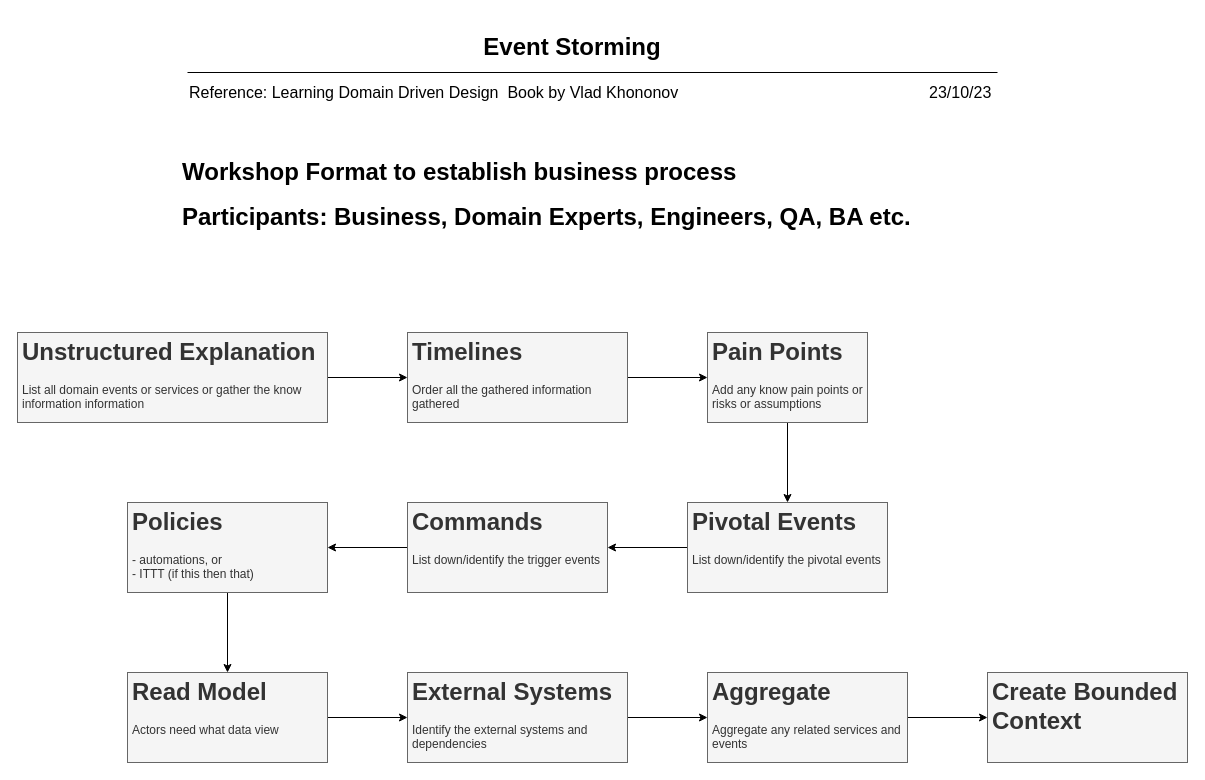
This is page "3. Event Storming" (4 of 5) of SolutionArchitectureProcess.drawio from Gaur4vGaur/probable-octo, a draw.io file, before an edit. Source tidied: cells renumbered, new cells numbered last; positions are measured from the earlier drawing's top-left corner, leaving out a move shared by most shapes. Both pictures are drawn from the tidied source at 100%, with x=0, y=0 at pixel (17, 32).
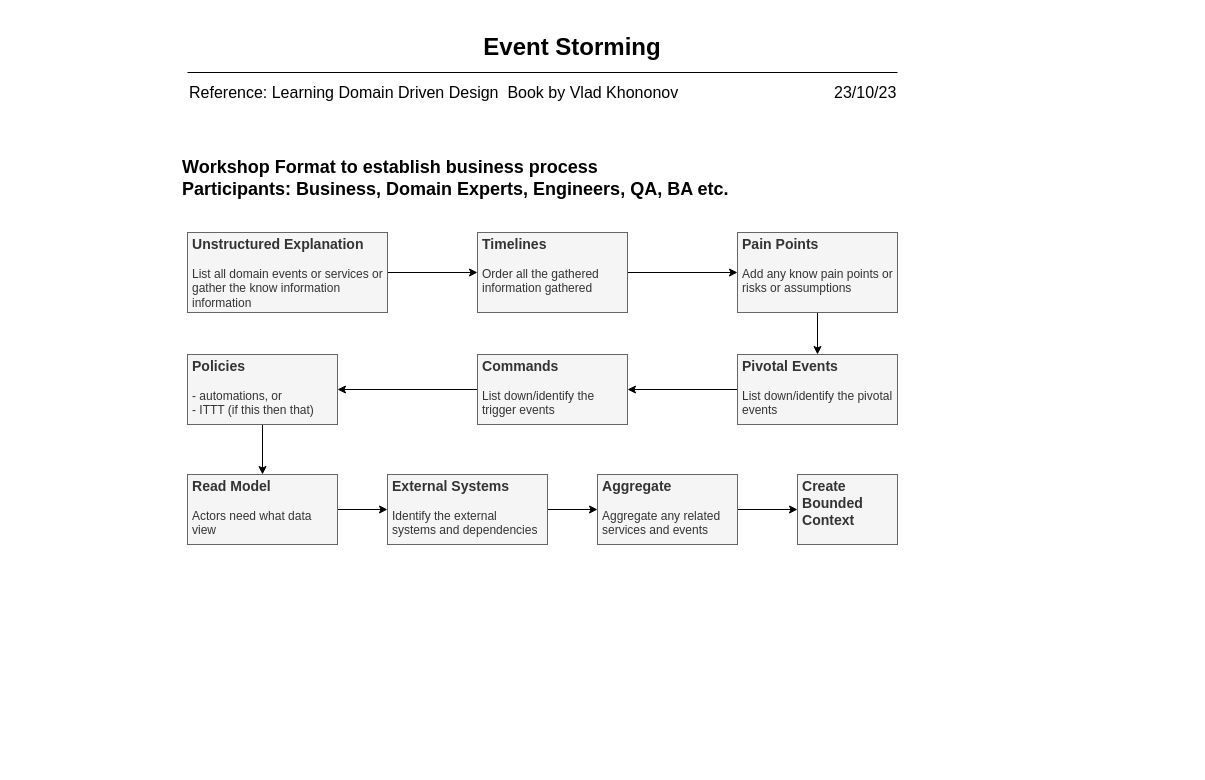
Above is the later version.

What changed in the source:
```diff
@@
     <mxCell id="3" value="&lt;span style=&quot;border-color: var(--border-color);&quot;&gt;&lt;font style=&quot;border-color: var(--border-color); font-size: 16px;&quot;&gt;23/10/23&lt;/font&gt;&lt;/span&gt;" style="text;html=1;strokeColor=none;fillColor=none;align=left;verticalAlign=middle;whiteSpace=wrap;rounded=0;" parent="1" vertex="1">
-      <mxGeometry x="910" y="50" width="70" height="20" as="geometry" />
+      <mxGeometry x="815" y="50" width="70" height="20" as="geometry" />
     </mxCell>
     <mxCell id="4" style="endArrow=none;html=1;rounded=0;" parent="1" edge="1">
       <mxGeometry relative="1" as="geometry">
         <mxPoint x="170" y="40" as="sourcePoint" />
-        <mxPoint x="980" y="40" as="targetPoint" />
+        <mxPoint x="880" y="40" as="targetPoint" />
       </mxGeometry>
     </mxCell>
-    <mxCell id="5" value="&lt;p style=&quot;border-color: var(--border-color); text-align: left;&quot;&gt;&lt;span style=&quot;font-size: 24px;&quot;&gt;&lt;b&gt;Event Storming&lt;/b&gt;&lt;/span&gt;&lt;/p&gt;" style="text;html=1;strokeColor=none;fillColor=none;align=center;verticalAlign=middle;whiteSpace=wrap;rounded=0;" parent="1" vertex="1">
+    <mxCell id="5" value="&lt;h1 style=&quot;border-color: var(--border-color); text-align: left;&quot;&gt;&lt;span style=&quot;font-size: 24px;&quot;&gt;&lt;b&gt;Event Storming&lt;/b&gt;&lt;/span&gt;&lt;/h1&gt;" style="text;html=1;strokeColor=none;fillColor=none;align=center;verticalAlign=middle;whiteSpace=wrap;rounded=0;" parent="1" vertex="1">
       <mxGeometry x="150" width="810" height="30" as="geometry" />
     </mxCell>
@@
-    <mxCell id="7" value="&lt;h1&gt;Unstructured Explanation&lt;/h1&gt;&lt;p&gt;List all domain events or services or gather the know information information&amp;nbsp;&lt;/p&gt;" style="text;html=1;strokeColor=#666666;fillColor=#f5f5f5;spacing=5;spacingTop=-20;whiteSpace=wrap;overflow=hidden;rounded=0;fontColor=#333333;" parent="1" vertex="1">
-      <mxGeometry y="300" width="310" height="90" as="geometry" />
+    <mxCell id="7" value="&lt;h3&gt;Unstructured Explanation&lt;/h3&gt;&lt;p&gt;List all domain events or services or gather the know information information&amp;nbsp;&lt;/p&gt;" style="text;html=1;strokeColor=#666666;fillColor=#f5f5f5;spacing=5;spacingTop=-20;whiteSpace=wrap;overflow=hidden;rounded=0;fontColor=#333333;" parent="1" vertex="1">
+      <mxGeometry x="170" y="200" width="200" height="80" as="geometry" />
     </mxCell>
@@
-    <mxCell id="9" value="&lt;h1&gt;Timelines&lt;/h1&gt;&lt;p&gt;Order all the gathered information gathered&lt;/p&gt;" style="text;html=1;strokeColor=#666666;fillColor=#f5f5f5;spacing=5;spacingTop=-20;whiteSpace=wrap;overflow=hidden;rounded=0;fontColor=#333333;" parent="1" vertex="1">
-      <mxGeometry x="390" y="300" width="220" height="90" as="geometry" />
+    <mxCell id="9" value="&lt;h3&gt;Timelines&lt;/h3&gt;&lt;p&gt;Order all the gathered information gathered&lt;/p&gt;" style="text;html=1;strokeColor=#666666;fillColor=#f5f5f5;spacing=5;spacingTop=-20;whiteSpace=wrap;overflow=hidden;rounded=0;fontColor=#333333;" parent="1" vertex="1">
+      <mxGeometry x="460" y="200" width="150" height="80" as="geometry" />
     </mxCell>
@@
-    <mxCell id="11" value="&lt;h1&gt;Pain Points&lt;/h1&gt;&lt;p&gt;Add any know pain points or risks or assumptions&lt;/p&gt;" style="text;html=1;strokeColor=#666666;fillColor=#f5f5f5;spacing=5;spacingTop=-20;whiteSpace=wrap;overflow=hidden;rounded=0;fontColor=#333333;" parent="1" vertex="1">
-      <mxGeometry x="690" y="300" width="160" height="90" as="geometry" />
+    <mxCell id="11" value="&lt;h3&gt;Pain Points&lt;/h3&gt;&lt;p&gt;Add any know pain points or risks or assumptions&lt;/p&gt;" style="text;html=1;strokeColor=#666666;fillColor=#f5f5f5;spacing=5;spacingTop=-20;whiteSpace=wrap;overflow=hidden;rounded=0;fontColor=#333333;" parent="1" vertex="1">
+      <mxGeometry x="720" y="200" width="160" height="80" as="geometry" />
     </mxCell>
@@
-    <mxCell id="13" value="&lt;h1&gt;Pivotal Events&lt;/h1&gt;&lt;p&gt;List down/identify the pivotal events&lt;/p&gt;" style="text;html=1;strokeColor=#666666;fillColor=#f5f5f5;spacing=5;spacingTop=-20;whiteSpace=wrap;overflow=hidden;rounded=0;fontColor=#333333;" parent="1" vertex="1">
-      <mxGeometry x="670" y="470" width="200" height="90" as="geometry" />
+    <mxCell id="13" value="&lt;h3&gt;Pivotal Events&lt;/h3&gt;&lt;p&gt;List down/identify the pivotal events&lt;/p&gt;" style="text;html=1;strokeColor=#666666;fillColor=#f5f5f5;spacing=5;spacingTop=-20;whiteSpace=wrap;overflow=hidden;rounded=0;fontColor=#333333;" parent="1" vertex="1">
+      <mxGeometry x="720" y="322" width="160" height="70" as="geometry" />
     </mxCell>
@@
-    <mxCell id="15" value="&lt;h1&gt;Commands&lt;/h1&gt;&lt;p&gt;List down/identify the trigger events&lt;/p&gt;" style="text;html=1;strokeColor=#666666;fillColor=#f5f5f5;spacing=5;spacingTop=-20;whiteSpace=wrap;overflow=hidden;rounded=0;fontColor=#333333;" parent="1" vertex="1">
-      <mxGeometry x="390" y="470" width="200" height="90" as="geometry" />
+    <mxCell id="15" value="&lt;h3&gt;Commands&lt;/h3&gt;&lt;p&gt;List down/identify the trigger events&lt;/p&gt;" style="text;html=1;strokeColor=#666666;fillColor=#f5f5f5;spacing=5;spacingTop=-20;whiteSpace=wrap;overflow=hidden;rounded=0;fontColor=#333333;" parent="1" vertex="1">
+      <mxGeometry x="460" y="322" width="150" height="70" as="geometry" />
     </mxCell>
@@
-    <mxCell id="17" value="&lt;h1&gt;Policies&lt;/h1&gt;&lt;p&gt;- automations, or&lt;br&gt;- ITTT (if this then that)&lt;/p&gt;" style="text;html=1;strokeColor=#666666;fillColor=#f5f5f5;spacing=5;spacingTop=-20;whiteSpace=wrap;overflow=hidden;rounded=0;fontColor=#333333;" parent="1" vertex="1">
-      <mxGeometry x="110" y="470" width="200" height="90" as="geometry" />
+    <mxCell id="17" value="&lt;h3&gt;Policies&lt;/h3&gt;&lt;p&gt;- automations, or&lt;br&gt;- ITTT (if this then that)&lt;/p&gt;" style="text;html=1;strokeColor=#666666;fillColor=#f5f5f5;spacing=5;spacingTop=-20;whiteSpace=wrap;overflow=hidden;rounded=0;fontColor=#333333;" parent="1" vertex="1">
+      <mxGeometry x="170" y="322" width="150" height="70" as="geometry" />
     </mxCell>
@@
-    <mxCell id="19" value="&lt;h1&gt;Read Model&lt;/h1&gt;&lt;p&gt;Actors need what data view&lt;/p&gt;" style="text;html=1;strokeColor=#666666;fillColor=#f5f5f5;spacing=5;spacingTop=-20;whiteSpace=wrap;overflow=hidden;rounded=0;fontColor=#333333;" parent="1" vertex="1">
-      <mxGeometry x="110" y="640" width="200" height="90" as="geometry" />
+    <mxCell id="19" value="&lt;h3&gt;Read Model&lt;/h3&gt;&lt;p&gt;Actors need what data view&lt;/p&gt;" style="text;html=1;strokeColor=#666666;fillColor=#f5f5f5;spacing=5;spacingTop=-20;whiteSpace=wrap;overflow=hidden;rounded=0;fontColor=#333333;" parent="1" vertex="1">
+      <mxGeometry x="170" y="442" width="150" height="70" as="geometry" />
     </mxCell>
@@
-    <mxCell id="21" value="&lt;h1&gt;External Systems&lt;/h1&gt;&lt;p&gt;Identify the external systems and dependencies&lt;/p&gt;" style="text;html=1;strokeColor=#666666;fillColor=#f5f5f5;spacing=5;spacingTop=-20;whiteSpace=wrap;overflow=hidden;rounded=0;fontColor=#333333;" parent="1" vertex="1">
-      <mxGeometry x="390" y="640" width="220" height="90" as="geometry" />
+    <mxCell id="21" value="&lt;h3&gt;External Systems&lt;/h3&gt;&lt;p&gt;Identify the external systems and dependencies&lt;/p&gt;" style="text;html=1;strokeColor=#666666;fillColor=#f5f5f5;spacing=5;spacingTop=-20;whiteSpace=wrap;overflow=hidden;rounded=0;fontColor=#333333;" parent="1" vertex="1">
+      <mxGeometry x="370" y="442" width="160" height="70" as="geometry" />
     </mxCell>
@@
-    <mxCell id="23" value="&lt;h1&gt;Aggregate&lt;/h1&gt;&lt;p&gt;Aggregate any related services and events&lt;/p&gt;" style="text;html=1;strokeColor=#666666;fillColor=#f5f5f5;spacing=5;spacingTop=-20;whiteSpace=wrap;overflow=hidden;rounded=0;fontColor=#333333;" parent="1" vertex="1">
-      <mxGeometry x="690" y="640" width="200" height="90" as="geometry" />
+    <mxCell id="23" value="&lt;h3&gt;Aggregate&lt;/h3&gt;&lt;p&gt;Aggregate any related services and events&lt;/p&gt;" style="text;html=1;strokeColor=#666666;fillColor=#f5f5f5;spacing=5;spacingTop=-20;whiteSpace=wrap;overflow=hidden;rounded=0;fontColor=#333333;" parent="1" vertex="1">
+      <mxGeometry x="580" y="442" width="140" height="70" as="geometry" />
     </mxCell>
-    <mxCell id="24" value="&lt;h1&gt;Create Bounded Context&lt;/h1&gt;" style="text;html=1;strokeColor=#666666;fillColor=#f5f5f5;spacing=5;spacingTop=-20;whiteSpace=wrap;overflow=hidden;rounded=0;fontColor=#333333;" parent="1" vertex="1">
-      <mxGeometry x="970" y="640" width="200" height="90" as="geometry" />
+    <mxCell id="24" value="&lt;h3&gt;Create Bounded Context&lt;/h3&gt;" style="text;html=1;strokeColor=#666666;fillColor=#f5f5f5;spacing=5;spacingTop=-20;whiteSpace=wrap;overflow=hidden;rounded=0;fontColor=#333333;" parent="1" vertex="1">
+      <mxGeometry x="780" y="442" width="100" height="70" as="geometry" />
     </mxCell>
-    <mxCell id="25" value="&lt;h1&gt;Workshop Format to establish business process&lt;/h1&gt;&lt;div&gt;&lt;h1 style=&quot;--tw-border-spacing-x: 0; --tw-border-spacing-y: 0; --tw-translate-x: 0; --tw-translate-y: 0; --tw-rotate: 0; --tw-skew-x: 0; --tw-skew-y: 0; --tw-scale-x: 1; --tw-scale-y: 1; --tw-pan-x: ; --tw-pan-y: ; --tw-pinch-zoom: ; --tw-scroll-snap-strictness: proximity; --tw-ordinal: ; --tw-slashed-zero: ; --tw-numeric-figure: ; --tw-numeric-spacing: ; --tw-numeric-fraction: ; --tw-ring-inset: ; --tw-ring-offset-width: 0px; --tw-ring-offset-color: #fff; --tw-ring-color: rgb(59 130 246 / .5); --tw-ring-offset-shadow: 0 0 #0000; --tw-ring-shadow: 0 0 #0000; --tw-shadow: 0 0 #0000; --tw-shadow-colored: 0 0 #0000; --tw-blur: ; --tw-brightness: ; --tw-contrast: ; --tw-grayscale: ; --tw-hue-rotate: ; --tw-invert: ; --tw-saturate: ; --tw-sepia: ; --tw-drop-shadow: ; --tw-backdrop-blur: ; --tw-backdrop-brightness: ; --tw-backdrop-contrast: ; --tw-backdrop-grayscale: ; --tw-backdrop-hue-rotate: ; --tw-backdrop-invert: ; --tw-backdrop-opacity: ; --tw-backdrop-saturate: ; --tw-backdrop-sepia: ; border-color: var(--border-color);&quot;&gt;Participants: Business, Domain Experts, Engineers, QA, BA etc.&lt;/h1&gt;&lt;/div&gt;" style="text;html=1;strokeColor=none;fillColor=none;spacing=5;spacingTop=-20;whiteSpace=wrap;overflow=hidden;rounded=0;" parent="1" vertex="1">
-      <mxGeometry x="160" y="120" width="900" height="120" as="geometry" />
+    <mxCell id="25" value="&lt;h2 style=&quot;--tw-border-spacing-x: 0; --tw-border-spacing-y: 0; --tw-translate-x: 0; --tw-translate-y: 0; --tw-rotate: 0; --tw-skew-x: 0; --tw-skew-y: 0; --tw-scale-x: 1; --tw-scale-y: 1; --tw-pan-x: ; --tw-pan-y: ; --tw-pinch-zoom: ; --tw-scroll-snap-strictness: proximity; --tw-ordinal: ; --tw-slashed-zero: ; --tw-numeric-figure: ; --tw-numeric-spacing: ; --tw-numeric-fraction: ; --tw-ring-inset: ; --tw-ring-offset-width: 0px; --tw-ring-offset-color: #fff; --tw-ring-color: rgb(59 130 246 / .5); --tw-ring-offset-shadow: 0 0 #0000; --tw-ring-shadow: 0 0 #0000; --tw-shadow: 0 0 #0000; --tw-shadow-colored: 0 0 #0000; --tw-blur: ; --tw-brightness: ; --tw-contrast: ; --tw-grayscale: ; --tw-hue-rotate: ; --tw-invert: ; --tw-saturate: ; --tw-sepia: ; --tw-drop-shadow: ; --tw-backdrop-blur: ; --tw-backdrop-brightness: ; --tw-backdrop-contrast: ; --tw-backdrop-grayscale: ; --tw-backdrop-hue-rotate: ; --tw-backdrop-invert: ; --tw-backdrop-opacity: ; --tw-backdrop-saturate: ; --tw-backdrop-sepia: ; border-color: var(--border-color);&quot;&gt;Workshop Format to establish business process&lt;br&gt;Participants: Business, Domain Experts, Engineers, QA, BA etc.&lt;/h2&gt;" style="text;html=1;strokeColor=none;fillColor=none;spacing=5;spacingTop=-20;whiteSpace=wrap;overflow=hidden;rounded=0;" parent="1" vertex="1">
+      <mxGeometry x="160" y="120" width="900" height="60" as="geometry" />
     </mxCell>
```
